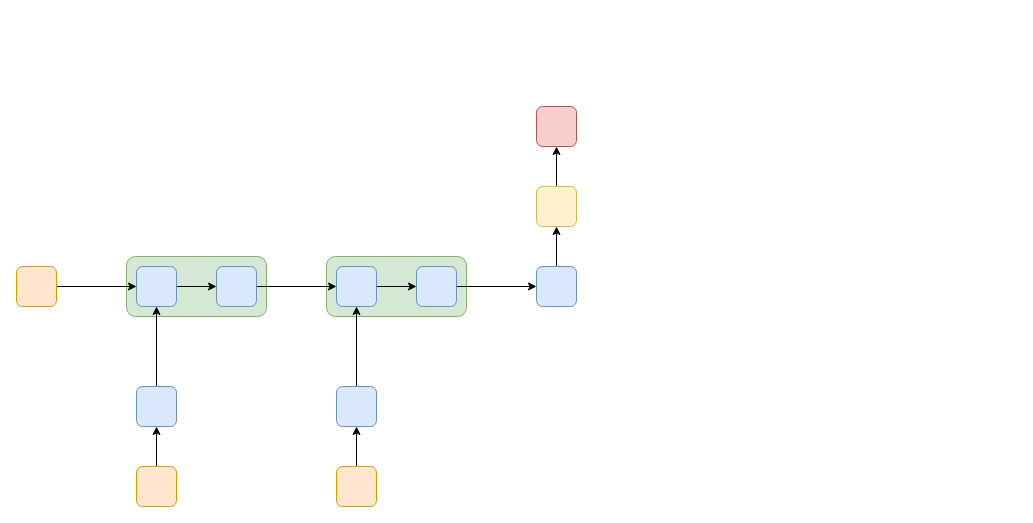
Earlier version of the draw.io diagram Untitled Diagram.drawio (Student2Pro/vnncomp2021). Source tidied: cells renumbered, new cells numbered last; positions are measured from the earlier drawing's top-left corner, leaving out a move shared by most shapes. Both pictures are drawn from the tidied source at 100%, with x=0, y=0 at pixel (16, 106).
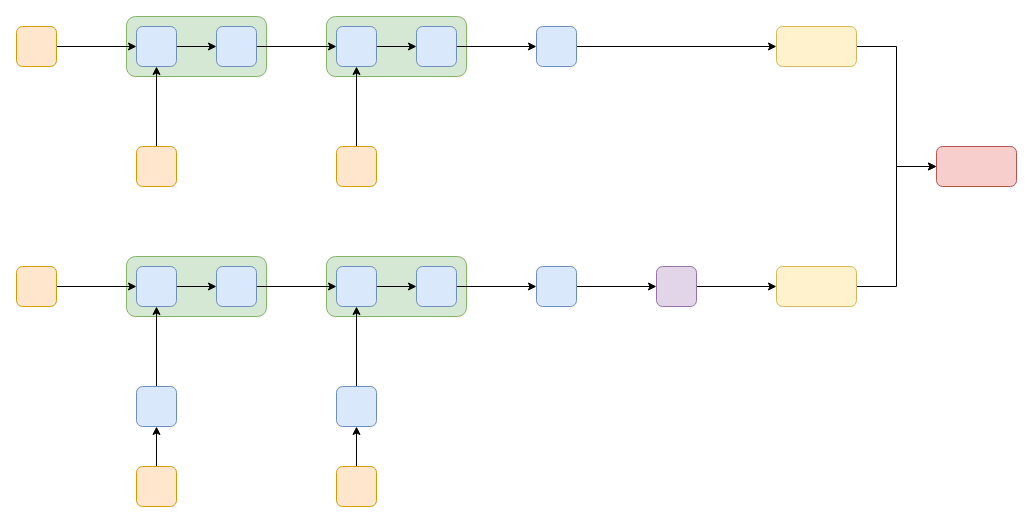
The same diagram, later.

Unchanged cells that the change refers to:
```xml
<mxCell id="23" style="rounded=1;whiteSpace=wrap;html=1;fillColor=#dae8fc;strokeColor=#6c8ebf;" parent="1" vertex="1">
  <mxGeometry x="520" y="160" width="40" height="40" as="geometry" />
</mxCell>
```

What changed in the source:
```diff
@@
-    <mxCell id="22" style="edgeStyle=orthogonalEdgeStyle;rounded=0;jettySize=auto;html=1;fontSize=20;" parent="1" edge="1" source="23" target="25">
-      <mxGeometry relative="1" as="geometry" />
-    </mxCell>
+    <mxCell id="27" style="edgeStyle=orthogonalEdgeStyle;rounded=0;jettySize=auto;html=1;fontSize=20;" parent="1" edge="1" source="23" target="49">
+      <mxGeometry relative="1" as="geometry" />
+    </mxCell>
@@
     <mxCell id="24" style="edgeStyle=orthogonalEdgeStyle;rounded=0;jettySize=auto;html=1;fontSize=20;" parent="1" edge="1" source="25" target="26">
-      <mxGeometry relative="1" as="geometry" />
+      <mxGeometry relative="1" as="geometry">
+        <Array as="points">
+          <mxPoint x="880" y="180" />
+          <mxPoint x="880" y="60" />
+        </Array>
+      </mxGeometry>
     </mxCell>
     <mxCell id="25" style="rounded=1;whiteSpace=wrap;html=1;fillColor=#fff2cc;strokeColor=#d6b656;" parent="1" vertex="1">
-      <mxGeometry x="520" y="80" width="40" height="40" as="geometry" />
+      <mxGeometry x="760" y="160" width="80" height="40" as="geometry" />
     </mxCell>
     <mxCell id="26" style="rounded=1;whiteSpace=wrap;html=1;fillColor=#f8cecc;strokeColor=#b85450;" parent="1" vertex="1">
-      <mxGeometry x="520" width="40" height="40" as="geometry" />
+      <mxGeometry x="920" y="40" width="80" height="40" as="geometry" />
     </mxCell>
+    <mxCell id="28" style="rounded=1;whiteSpace=wrap;html=1;fillColor=#d5e8d4;strokeColor=#82b366;" parent="1" vertex="1">
+      <mxGeometry x="310" y="-90" width="140" height="60" as="geometry" />
+    </mxCell>
+    <mxCell id="29" style="rounded=1;whiteSpace=wrap;html=1;fillColor=#d5e8d4;strokeColor=#82b366;" parent="1" vertex="1">
+      <mxGeometry x="110" y="-90" width="140" height="60" as="geometry" />
+    </mxCell>
+    <mxCell id="30" style="edgeStyle=orthogonalEdgeStyle;rounded=0;jettySize=auto;html=1;fontSize=20;" parent="1" edge="1" source="31" target="33">
+      <mxGeometry relative="1" as="geometry" />
+    </mxCell>
+    <mxCell id="31" style="rounded=1;whiteSpace=wrap;html=1;fillColor=#ffe6cc;strokeColor=#d79b00;" parent="1" vertex="1">
+      <mxGeometry y="-80" width="40" height="40" as="geometry" />
+    </mxCell>
+    <mxCell id="32" style="edgeStyle=orthogonalEdgeStyle;rounded=0;jettySize=auto;html=1;fontSize=20;" parent="1" edge="1" source="33" target="35">
+      <mxGeometry relative="1" as="geometry" />
+    </mxCell>
+    <mxCell id="33" style="rounded=1;whiteSpace=wrap;html=1;fillColor=#dae8fc;strokeColor=#6c8ebf;" parent="1" vertex="1">
+      <mxGeometry x="120" y="-80" width="40" height="40" as="geometry" />
+    </mxCell>
+    <mxCell id="34" style="edgeStyle=orthogonalEdgeStyle;rounded=0;jettySize=auto;html=1;fontSize=20;" parent="1" edge="1" source="35" target="39">
+      <mxGeometry relative="1" as="geometry" />
+    </mxCell>
+    <mxCell id="35" style="rounded=1;whiteSpace=wrap;html=1;fillColor=#dae8fc;strokeColor=#6c8ebf;" parent="1" vertex="1">
+      <mxGeometry x="200" y="-80" width="40" height="40" as="geometry" />
+    </mxCell>
+    <mxCell id="36" style="edgeStyle=orthogonalEdgeStyle;rounded=0;jettySize=auto;html=1;fontSize=20;" parent="1" edge="1" source="37" target="33">
+      <mxGeometry relative="1" as="geometry" />
+    </mxCell>
+    <mxCell id="37" style="rounded=1;whiteSpace=wrap;html=1;fillColor=#ffe6cc;strokeColor=#d79b00;" parent="1" vertex="1">
+      <mxGeometry x="120" y="40" width="40" height="40" as="geometry" />
+    </mxCell>
+    <mxCell id="38" style="edgeStyle=orthogonalEdgeStyle;rounded=0;jettySize=auto;html=1;fontSize=20;" parent="1" edge="1" source="39" target="41">
+      <mxGeometry relative="1" as="geometry" />
+    </mxCell>
+    <mxCell id="39" style="rounded=1;whiteSpace=wrap;html=1;fillColor=#dae8fc;strokeColor=#6c8ebf;" parent="1" vertex="1">
+      <mxGeometry x="320" y="-80" width="40" height="40" as="geometry" />
+    </mxCell>
+    <mxCell id="40" style="edgeStyle=orthogonalEdgeStyle;rounded=0;jettySize=auto;html=1;fontSize=20;" parent="1" edge="1" source="41" target="45">
+      <mxGeometry relative="1" as="geometry" />
+    </mxCell>
+    <mxCell id="41" style="rounded=1;whiteSpace=wrap;html=1;fillColor=#dae8fc;strokeColor=#6c8ebf;" parent="1" vertex="1">
+      <mxGeometry x="400" y="-80" width="40" height="40" as="geometry" />
+    </mxCell>
+    <mxCell id="42" style="edgeStyle=orthogonalEdgeStyle;rounded=0;jettySize=auto;html=1;fontSize=20;" parent="1" edge="1" source="43" target="39">
+      <mxGeometry relative="1" as="geometry" />
+    </mxCell>
+    <mxCell id="43" style="rounded=1;whiteSpace=wrap;html=1;fillColor=#ffe6cc;strokeColor=#d79b00;" parent="1" vertex="1">
+      <mxGeometry x="320" y="40" width="40" height="40" as="geometry" />
+    </mxCell>
+    <mxCell id="44" style="edgeStyle=orthogonalEdgeStyle;rounded=0;jettySize=auto;html=1;fontSize=20;" parent="1" edge="1" source="45" target="47">
+      <mxGeometry relative="1" as="geometry" />
+    </mxCell>
+    <mxCell id="45" style="rounded=1;whiteSpace=wrap;html=1;fillColor=#dae8fc;strokeColor=#6c8ebf;" parent="1" vertex="1">
+      <mxGeometry x="520" y="-80" width="40" height="40" as="geometry" />
+    </mxCell>
+    <mxCell id="46" style="edgeStyle=orthogonalEdgeStyle;rounded=0;jettySize=auto;html=1;fontSize=20;" parent="1" edge="1" source="47" target="26">
+      <mxGeometry relative="1" as="geometry">
+        <Array as="points">
+          <mxPoint x="880" y="-60" />
+          <mxPoint x="880" y="60" />
+        </Array>
+      </mxGeometry>
+    </mxCell>
+    <mxCell id="47" style="rounded=1;whiteSpace=wrap;html=1;fillColor=#fff2cc;strokeColor=#d6b656;" parent="1" vertex="1">
+      <mxGeometry x="760" y="-80" width="80" height="40" as="geometry" />
+    </mxCell>
+    <mxCell id="48" style="edgeStyle=orthogonalEdgeStyle;rounded=0;jettySize=auto;html=1;fontSize=20;" parent="1" edge="1" source="49" target="25">
+      <mxGeometry relative="1" as="geometry" />
+    </mxCell>
+    <mxCell id="49" style="rounded=1;whiteSpace=wrap;html=1;fillColor=#e1d5e7;strokeColor=#9673a6;" parent="1" vertex="1">
+      <mxGeometry x="640" y="160" width="40" height="40" as="geometry" />
+    </mxCell>
```
